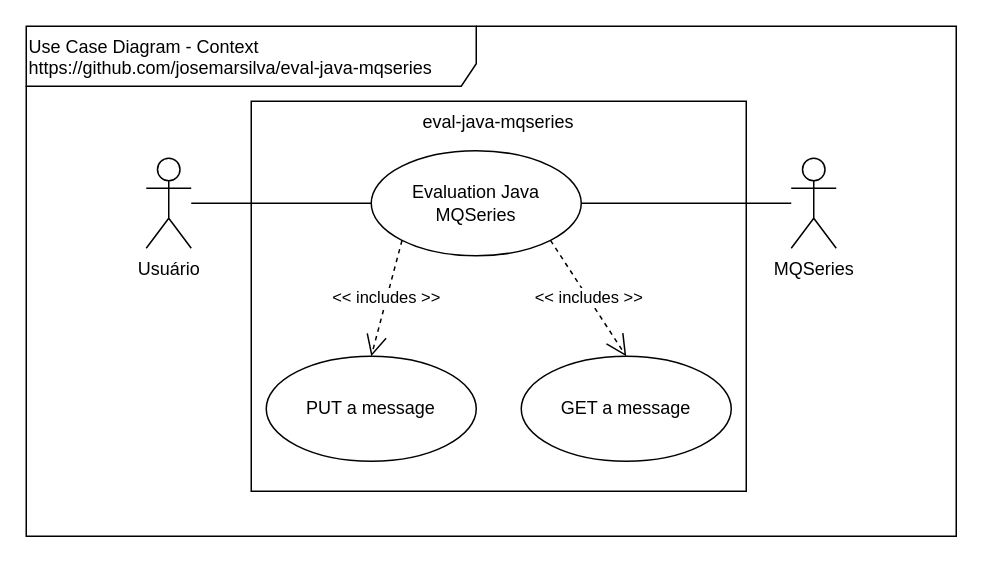
Earlier version of the draw.io diagram doc/UseCaseDiagram-Context.drawio (josemarsilva/mqseries-api-cli). Source tidied: cells renumbered, new cells numbered last; positions are measured from the earlier drawing's top-left corner, leaving out a move shared by most shapes. Both pictures are drawn from the tidied source at 150%, with x=0, y=0 at pixel (26, 26).
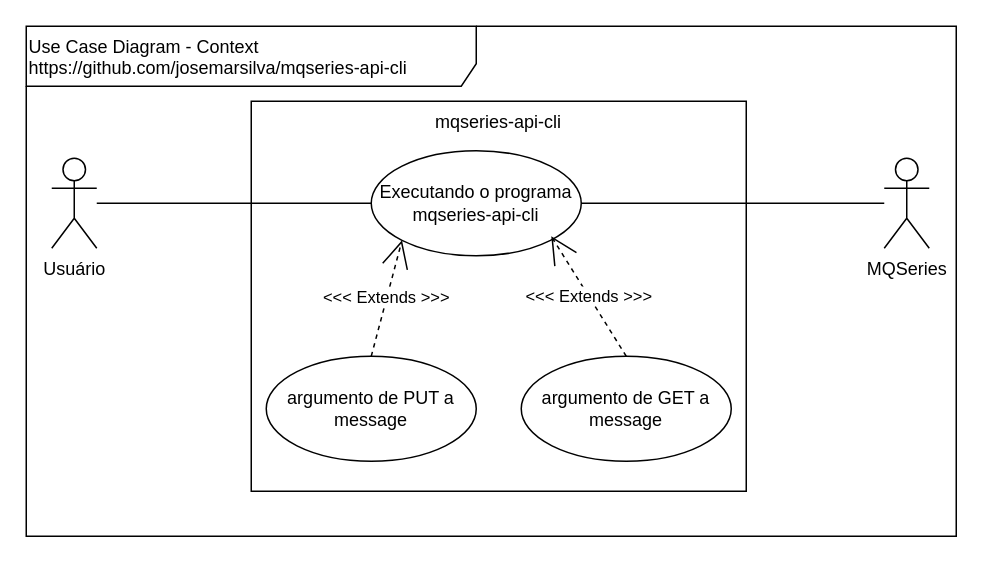
The same diagram, later.

Commit message (it also covers changes not shown here):
.doc DeployDiagram e UseCaseDiagram

The edit, as a diff of the source:
```diff
@@
 <mxGraphModel>
   <root>
     <mxCell id="0" />
     <mxCell id="1" parent="0" />
-    <mxCell id="2" value="Use Case Diagram - Context&lt;br&gt;https://github.com/josemarsilva/eval-java-mqseries" style="shape=umlFrame;whiteSpace=wrap;html=1;width=300;height=40;verticalAlign=top;align=left;" parent="1" vertex="1">
+    <mxCell id="2" value="Use Case Diagram - Context&lt;br&gt;https://github.com/josemarsilva/mqseries-api-cli" style="shape=umlFrame;whiteSpace=wrap;html=1;width=300;height=40;verticalAlign=top;align=left;" parent="1" vertex="1">
       <mxGeometry width="620" height="340" as="geometry" />
     </mxCell>
     <mxCell id="3" value="&lt;div style=&quot;text-align: center&quot;&gt;&lt;span&gt;Usuário&lt;/span&gt;&lt;/div&gt;" style="shape=umlActor;verticalLabelPosition=bottom;labelBackgroundColor=#ffffff;verticalAlign=top;html=1;align=center;" parent="1" vertex="1">
-      <mxGeometry x="80" y="88" width="30" height="60" as="geometry" />
+      <mxGeometry x="17" y="88" width="30" height="60" as="geometry" />
     </mxCell>
-    <mxCell id="4" value="eval-java-mqseries" style="rounded=0;whiteSpace=wrap;html=1;align=center;verticalAlign=top;" parent="1" vertex="1">
+    <mxCell id="4" value="mqseries-api-cli" style="rounded=0;whiteSpace=wrap;html=1;align=center;verticalAlign=top;" parent="1" vertex="1">
       <mxGeometry x="150" y="50" width="330" height="260" as="geometry" />
     </mxCell>
-    <mxCell id="5" value="Evaluation Java MQSeries" style="ellipse;whiteSpace=wrap;html=1;align=center;" parent="1" vertex="1">
+    <mxCell id="5" value="Executando o programa mqseries-api-cli" style="ellipse;whiteSpace=wrap;html=1;align=center;" parent="1" vertex="1">
       <mxGeometry x="230" y="83" width="140" height="70" as="geometry" />
     </mxCell>
     <mxCell id="6" style="edgeStyle=orthogonalEdgeStyle;rounded=0;jettySize=auto;html=1;endArrow=none;endFill=0;" parent="1" edge="1" source="3" target="5">
       <mxGeometry relative="1" as="geometry" />
     </mxCell>
     <mxCell id="7" style="edgeStyle=orthogonalEdgeStyle;rounded=0;jettySize=auto;html=1;endArrow=none;endFill=0;" parent="1" edge="1" source="8" target="5">
       <mxGeometry relative="1" as="geometry" />
     </mxCell>
     <mxCell id="8" value="MQSeries" style="shape=umlActor;verticalLabelPosition=bottom;labelBackgroundColor=#ffffff;verticalAlign=top;html=1;align=center;" parent="1" vertex="1">
-      <mxGeometry x="510" y="88" width="30" height="60" as="geometry" />
+      <mxGeometry x="572" y="88" width="30" height="60" as="geometry" />
     </mxCell>
-    <mxCell id="9" value="PUT a message" style="ellipse;whiteSpace=wrap;html=1;align=center;" parent="1" vertex="1">
+    <mxCell id="9" value="argumento de PUT a message" style="ellipse;whiteSpace=wrap;html=1;align=center;" parent="1" vertex="1">
       <mxGeometry x="160" y="220" width="140" height="70" as="geometry" />
     </mxCell>
-    <mxCell id="10" value="GET a message" style="ellipse;whiteSpace=wrap;html=1;align=center;" parent="1" vertex="1">
+    <mxCell id="10" value="argumento de GET a message" style="ellipse;whiteSpace=wrap;html=1;align=center;" parent="1" vertex="1">
       <mxGeometry x="330" y="220" width="140" height="70" as="geometry" />
     </mxCell>
-    <mxCell id="11" value="&amp;lt;&amp;lt; includes &amp;gt;&amp;gt;" style="endArrow=open;endSize=12;dashed=1;html=1;exitX=0;exitY=1;exitDx=0;exitDy=0;entryX=0.5;entryY=0;entryDx=0;entryDy=0;" parent="1" edge="1" source="5" target="9">
-      <mxGeometry relative="1" as="geometry" />
-    </mxCell>
-    <mxCell id="12" value="&amp;lt;&amp;lt; includes &amp;gt;&amp;gt;" style="endArrow=open;endSize=12;dashed=1;html=1;exitX=1;exitY=1;exitDx=0;exitDy=0;entryX=0.5;entryY=0;entryDx=0;entryDy=0;" parent="1" edge="1" source="5" target="10">
-      <mxGeometry relative="1" as="geometry" />
-    </mxCell>
+    <mxCell id="13" value="&amp;lt;&amp;lt;&amp;lt; Extends &amp;gt;&amp;gt;&amp;gt;" style="endArrow=open;endSize=16;endFill=0;html=1;entryX=0;entryY=1;entryDx=0;entryDy=0;exitX=0.5;exitY=0;exitDx=0;exitDy=0;dashed=1;" parent="1" edge="1" source="9" target="5">
+      <mxGeometry relative="1" as="geometry" />
+    </mxCell>
+    <mxCell id="14" value="&amp;lt;&amp;lt;&amp;lt; Extends &amp;gt;&amp;gt;&amp;gt;" style="endArrow=open;endSize=16;endFill=0;html=1;exitX=0.5;exitY=0;exitDx=0;exitDy=0;dashed=1;" parent="1" edge="1" source="10">
+      <mxGeometry relative="1" as="geometry">
+        <mxPoint x="350" y="140" as="targetPoint" />
+      </mxGeometry>
+    </mxCell>
   </root>
 </mxGraphModel>
```
